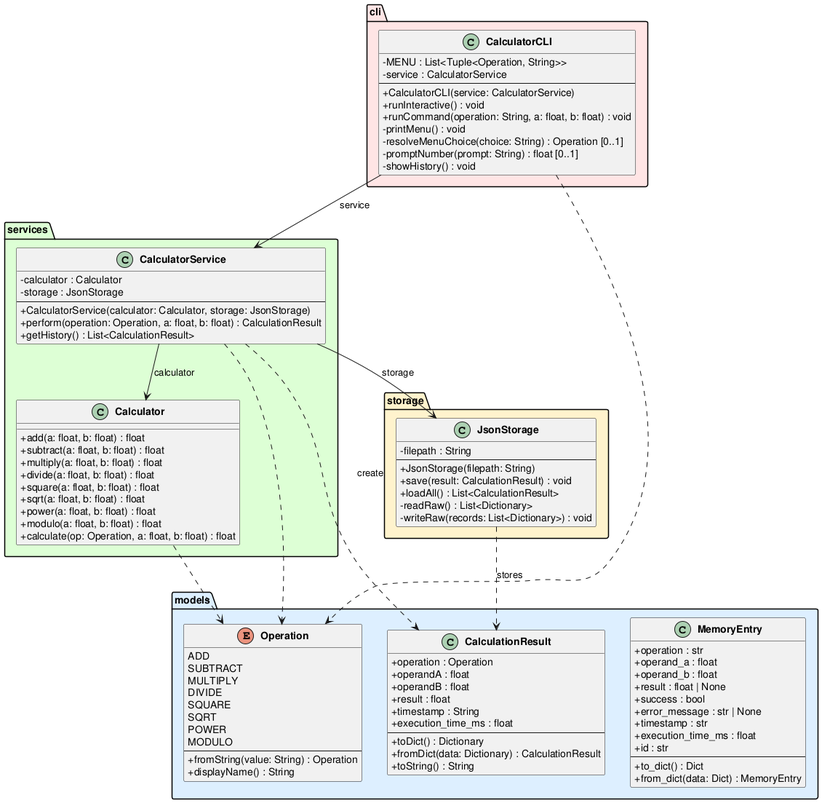
The PlantUML diagram experiments/supervisor_as_tools/structured_text/calculator/artifacts/class_diagram.png in DanielRiha8906/Software_autoevolution_using_agents, before a commit.
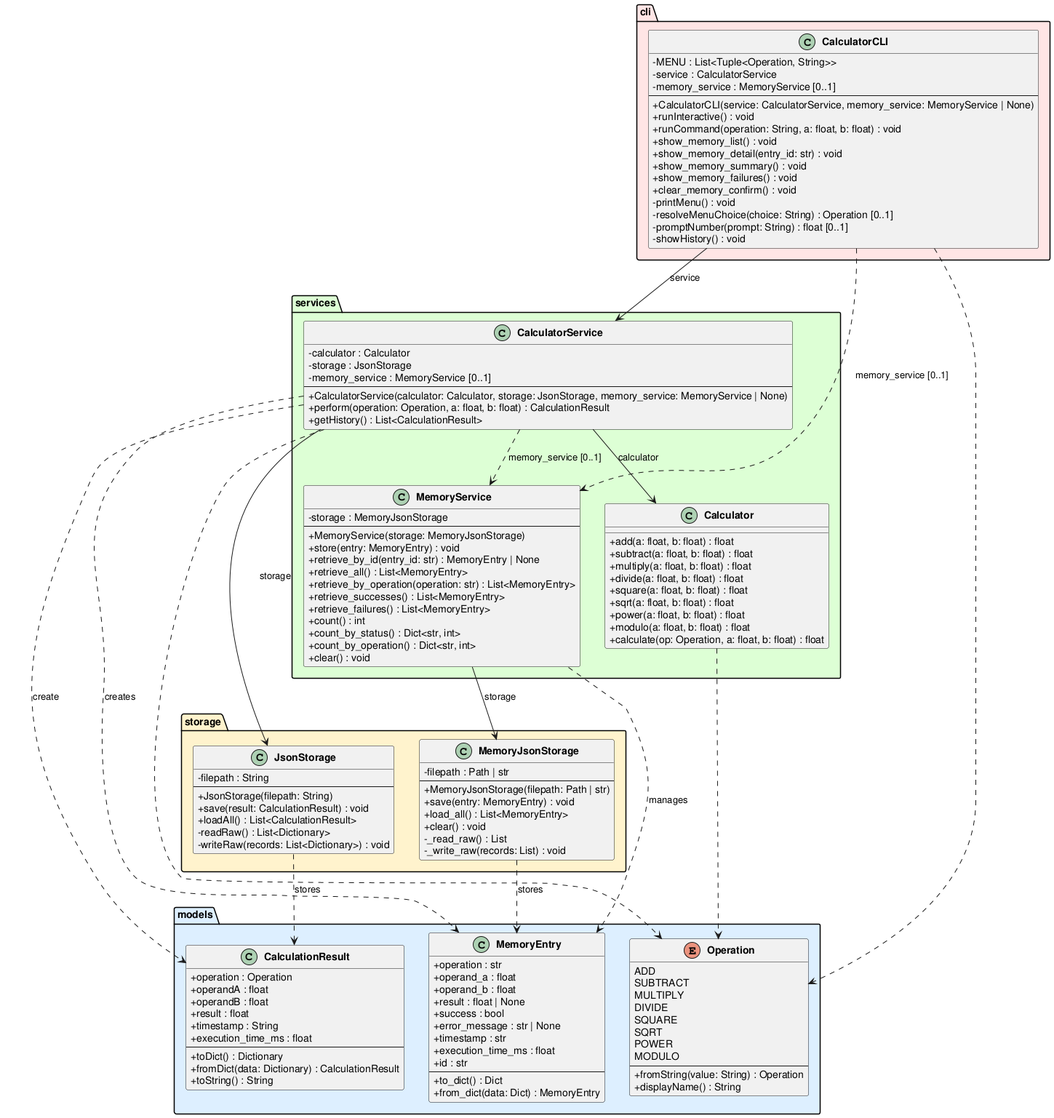
The same diagram one commit later.

What changed in the source:
```diff
@@ -63,10 +63,27 @@
     class CalculatorService {
         -calculator : Calculator
         -storage : JsonStorage
+        -memory_service : MemoryService [0..1]
         --
-        +CalculatorService(calculator: Calculator, storage: JsonStorage)
+        +CalculatorService(calculator: Calculator, storage: JsonStorage, memory_service: MemoryService | None)
         +perform(operation: Operation, a: float, b: float) : CalculationResult
         +getHistory() : List<CalculationResult>
+    }
+
+    class MemoryService {
+        -storage : MemoryJsonStorage
+        --
+        +MemoryService(storage: MemoryJsonStorage)
+        +store(entry: MemoryEntry) : void
+        +retrieve_by_id(entry_id: str) : MemoryEntry | None
+        +retrieve_all() : List<MemoryEntry>
+        +retrieve_by_operation(operation: str) : List<MemoryEntry>
+        +retrieve_successes() : List<MemoryEntry>
+        +retrieve_failures() : List<MemoryEntry>
+        +count() : int
+        +count_by_status() : Dict<str, int>
+        +count_by_operation() : Dict<str, int>
+        +clear() : void
     }
 }
 
@@ -80,16 +97,33 @@
         -readRaw() : List<Dictionary>
         -writeRaw(records: List<Dictionary>) : void
     }
+
+    class MemoryJsonStorage {
+        -filepath : Path | str
+        --
+        +MemoryJsonStorage(filepath: Path | str)
+        +save(entry: MemoryEntry) : void
+        +load_all() : List<MemoryEntry>
+        +clear() : void
+        -_read_raw() : List
+        -_write_raw(records: List) : void
+    }
 }
 
 package "cli" #FFE5E5 {
     class CalculatorCLI {
         -MENU : List<Tuple<Operation, String>>
         -service : CalculatorService
+        -memory_service : MemoryService [0..1]
         --
-        +CalculatorCLI(service: CalculatorService)
+        +CalculatorCLI(service: CalculatorService, memory_service: MemoryService | None)
         +runInteractive() : void
         +runCommand(operation: String, a: float, b: float) : void
+        +show_memory_list() : void
+        +show_memory_detail(entry_id: str) : void
+        +show_memory_summary() : void
+        +show_memory_failures() : void
+        +clear_memory_confirm() : void
         -printMenu() : void
         -resolveMenuChoice(choice: String) : Operation [0..1]
         -promptNumber(prompt: String) : float [0..1]
@@ -98,13 +132,19 @@
 }
 
 CalculatorCLI --> CalculatorService : service
+CalculatorCLI ..> MemoryService : memory_service [0..1]
 CalculatorService --> Calculator : calculator
 CalculatorService --> JsonStorage : storage
+CalculatorService ..> MemoryService : memory_service [0..1]
+MemoryService --> MemoryJsonStorage : storage
+MemoryService ..> MemoryEntry : manages
 
 CalculatorService ..> CalculationResult : create
+CalculatorService ..> MemoryEntry : creates
 CalculatorService ..> Operation
 CalculatorCLI ..> Operation
 Calculator ..> Operation
 JsonStorage ..> CalculationResult : stores
+MemoryJsonStorage ..> MemoryEntry : stores
 
 @enduml
```
